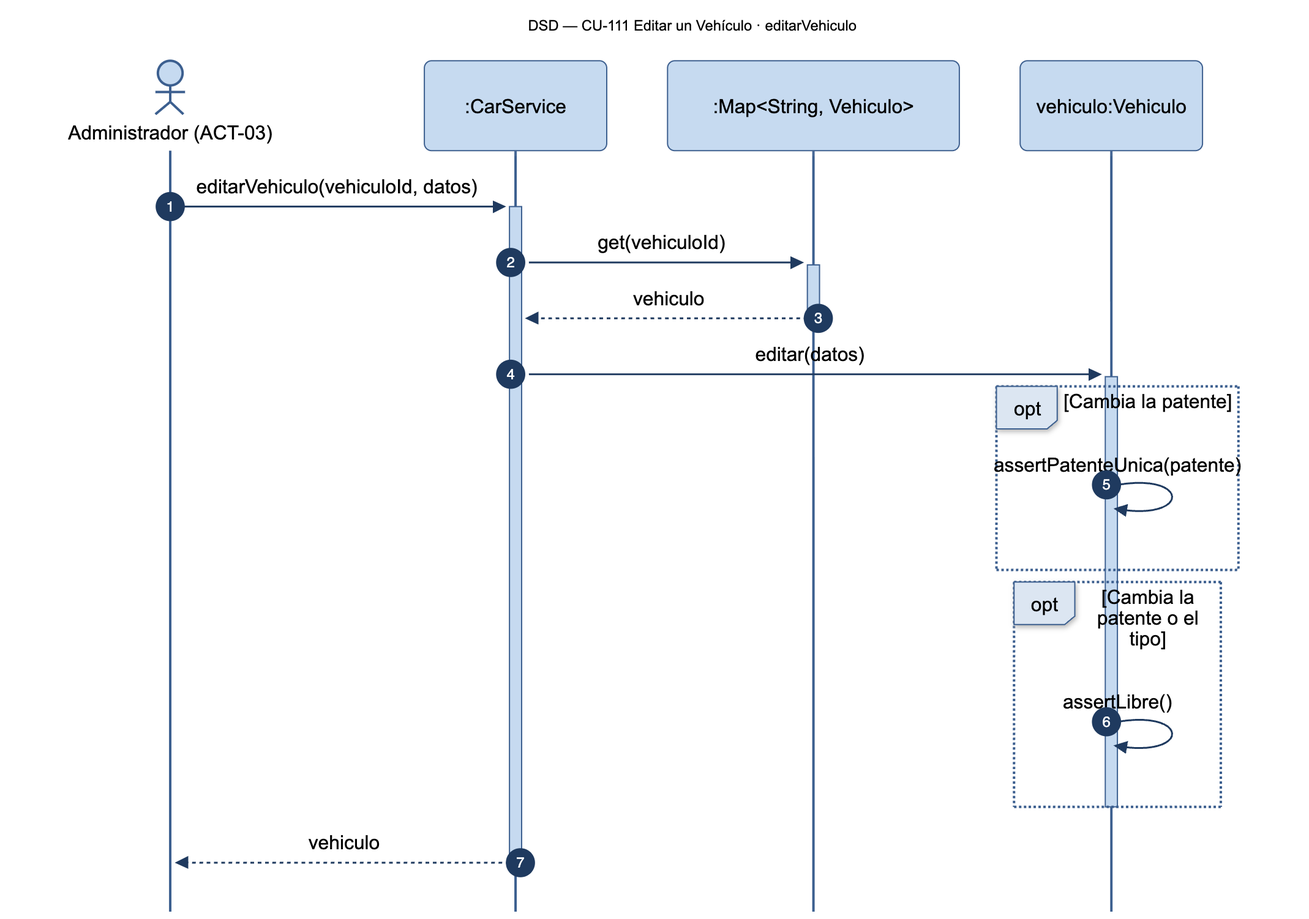
Before: diagramas/png/DSD_CU-111_editarVehiculo.png, a diagram exported from Mermaid (Nahuelito-Dev/splg-docs). Its source is kept beside it as diagramas/DSD_CU-111_editarVehiculo.mmd.
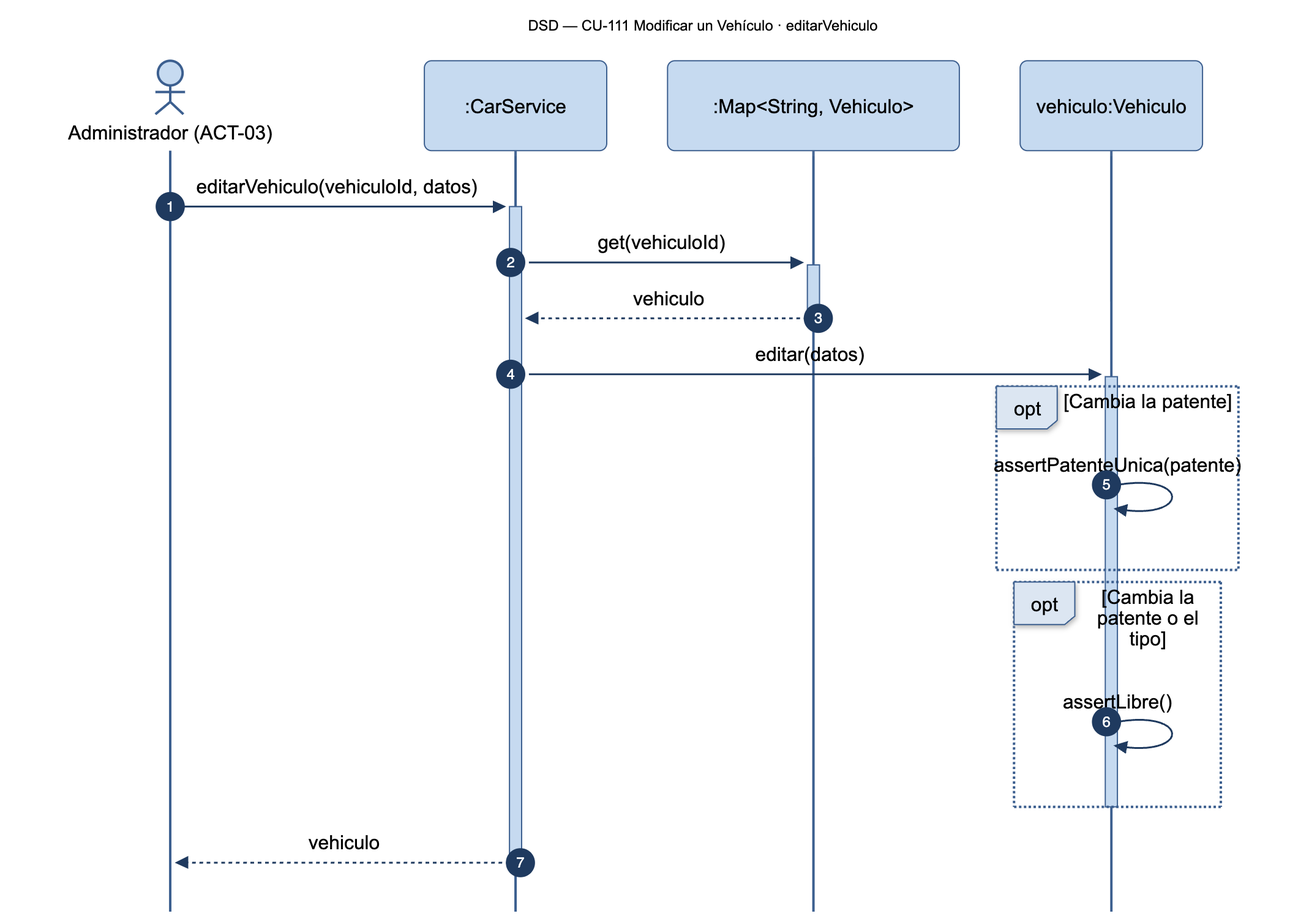
After the commit.

Change to the diagram source:
```diff
@@ -1,5 +1,5 @@
 sequenceDiagram
-    title DSD — CU-111 Editar un Vehículo · editarVehiculo
+    title DSD — CU-111 Modificar un Vehículo · editarVehiculo
     autonumber
     actor ADM as Administrador (ACT-03)
     participant SRV as :CarService
```
